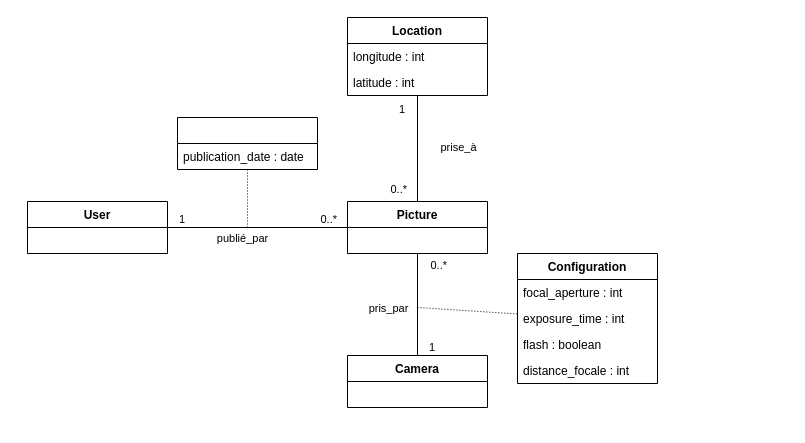
This is HMIN122M - Entrepôts de Données et Big-Data/Untitled Diagram.drawio from lamouchiambre/AIGLE-M1-S1, a draw.io file, before an edit. Source tidied: cells renumbered, new cells numbered last; positions are measured from the earlier drawing's top-left corner, leaving out a move shared by most shapes. Both pictures are drawn from the tidied source at 100%, with x=0, y=0 at pixel (27, 17).
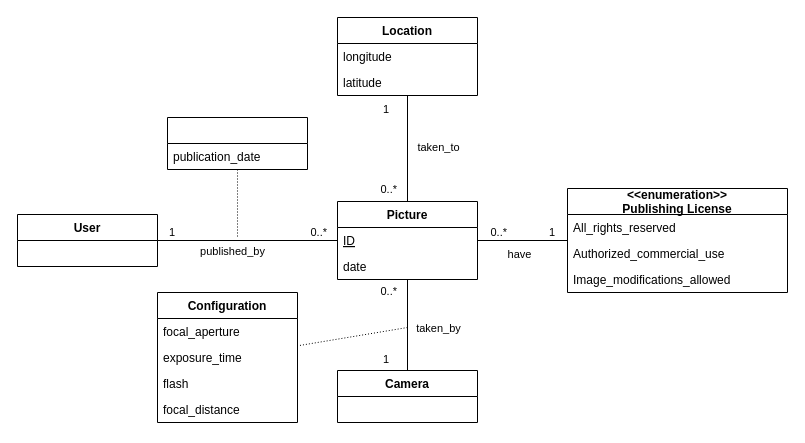
After the change.

Unchanged cells that the change refers to:
```xml
<mxCell id="2" style="endArrow=none;html=1;edgeStyle=orthogonalEdgeStyle;" parent="1" edge="1" source="20" target="13">
  <mxGeometry relative="1" as="geometry" />
</mxCell>
<mxCell id="8" style="endArrow=none;html=1;edgeStyle=orthogonalEdgeStyle;" parent="1" edge="1" source="14" target="13">
  <mxGeometry relative="1" as="geometry" />
</mxCell>
```

The edit, as a diff of the source:
```diff
@@
-    <mxCell id="5" value="publié_par" style="edgeLabel;html=1;align=center;verticalAlign=middle;" parent="2" vertex="1">
+    <mxCell id="5" value="published_by" style="edgeLabel;html=1;align=center;verticalAlign=middle;" parent="2" vertex="1">
       <mxGeometry x="-0.79" y="1" relative="1" as="geometry">
         <mxPoint x="55" y="11.4" as="offset" />
       </mxGeometry>
     </mxCell>
     <mxCell id="6" style="endArrow=none;html=1;rounded=0;dashed=1;dashPattern=1 2;" parent="1" edge="1" source="21">
       <mxGeometry relative="1" as="geometry">
-        <mxPoint x="220" y="210" as="targetPoint" />
+        <mxPoint x="210" y="220" as="targetPoint" />
       </mxGeometry>
     </mxCell>
@@
     <mxCell id="9" value="1" style="edgeLabel;html=1;align=left;verticalAlign=bottom;" parent="8" vertex="1">
       <mxGeometry x="-1" relative="1" as="geometry">
-        <mxPoint x="10" as="offset" />
+        <mxPoint x="-26" y="-3" as="offset" />
       </mxGeometry>
     </mxCell>
     <mxCell id="10" value="0..*" style="edgeLabel;html=1;align=right;verticalAlign=bottom;" parent="8" vertex="1">
       <mxGeometry x="1" relative="1" as="geometry">
-        <mxPoint x="30" y="20" as="offset" />
+        <mxPoint x="-10" y="20" as="offset" />
       </mxGeometry>
     </mxCell>
-    <mxCell id="11" value="pris_par" style="edgeLabel;html=1;align=center;verticalAlign=middle;" parent="8" vertex="1">
+    <mxCell id="11" value="taken_by" style="edgeLabel;html=1;align=center;verticalAlign=middle;" parent="8" vertex="1">
       <mxGeometry x="0.28" y="1" relative="1" as="geometry">
-        <mxPoint x="-29" y="17" as="offset" />
+        <mxPoint x="31" y="15" as="offset" />
       </mxGeometry>
     </mxCell>
     <mxCell id="12" style="endArrow=none;html=1;rounded=0;dashed=1;dashPattern=1 2;" parent="1" edge="1" target="15">
       <mxGeometry relative="1" as="geometry">
-        <mxPoint x="390" y="290" as="sourcePoint" />
+        <mxPoint x="380" y="310" as="sourcePoint" />
       </mxGeometry>
     </mxCell>
+    <mxCell id="26" style="endArrow=none;html=1;edgeStyle=orthogonalEdgeStyle;" parent="1" edge="1" source="23" target="13">
+      <mxGeometry relative="1" as="geometry" />
+    </mxCell>
+    <mxCell id="27" value="&lt;div&gt;1&lt;/div&gt;" style="edgeLabel;html=1;align=left;verticalAlign=bottom;" parent="26" vertex="1">
+      <mxGeometry x="-1" relative="1" as="geometry">
+        <mxPoint x="-26" y="22" as="offset" />
+      </mxGeometry>
+    </mxCell>
+    <mxCell id="28" value="0..*" style="edgeLabel;html=1;align=right;verticalAlign=bottom;" parent="26" vertex="1">
+      <mxGeometry x="1" relative="1" as="geometry">
+        <mxPoint x="-10" y="-3.8" as="offset" />
+      </mxGeometry>
+    </mxCell>
+    <mxCell id="29" value="taken_to" style="edgeLabel;html=1;align=center;verticalAlign=middle;" parent="26" vertex="1">
+      <mxGeometry x="-0.79" y="1" relative="1" as="geometry">
+        <mxPoint x="29" y="40.3" as="offset" />
+      </mxGeometry>
+    </mxCell>
+    <mxCell id="30" style="endArrow=none;html=1;edgeStyle=orthogonalEdgeStyle;" parent="1" edge="1" source="36" target="13">
+      <mxGeometry relative="1" as="geometry" />
+    </mxCell>
+    <mxCell id="31" value="&lt;div&gt;1&lt;/div&gt;" style="edgeLabel;html=1;align=left;verticalAlign=bottom;" parent="30" vertex="1">
+      <mxGeometry x="-1" relative="1" as="geometry">
+        <mxPoint x="-20" as="offset" />
+      </mxGeometry>
+    </mxCell>
+    <mxCell id="32" value="0..*" style="edgeLabel;html=1;align=right;verticalAlign=bottom;" parent="30" vertex="1">
+      <mxGeometry x="1" relative="1" as="geometry">
+        <mxPoint x="30" as="offset" />
+      </mxGeometry>
+    </mxCell>
+    <mxCell id="33" value="have" style="edgeLabel;html=1;align=center;verticalAlign=middle;" parent="30" vertex="1">
+      <mxGeometry x="-0.79" y="1" relative="1" as="geometry">
+        <mxPoint x="-40" y="12" as="offset" />
+      </mxGeometry>
+    </mxCell>
     <mxCell id="13" value="Picture" style="swimlane;fontStyle=1;horizontal=1;startSize=26;fillColor=none;" parent="1" vertex="1">
-      <mxGeometry x="320" y="184" width="140" height="52" as="geometry" />
+      <mxGeometry x="310" y="184" width="140" height="78" as="geometry" />
     </mxCell>
-    <mxCell id="14" value="Camera" style="swimlane;fontStyle=1;horizontal=1;startSize=26;fillColor=none;" parent="1" vertex="1">
-      <mxGeometry x="320" y="338" width="140" height="52" as="geometry" />
-    </mxCell>
+    <mxCell id="34" value="ID" style="text;strokeColor=none;fillColor=none;align=left;verticalAlign=top;spacingLeft=4;spacingRight=4;overflow=hidden;fontStyle=4;" parent="13" vertex="1">
+      <mxGeometry y="26" width="140" height="26" as="geometry" />
+    </mxCell>
+    <mxCell id="35" value="date" style="text;strokeColor=none;fillColor=none;align=left;verticalAlign=top;spacingLeft=4;spacingRight=4;overflow=hidden;" parent="13" vertex="1">
+      <mxGeometry y="52" width="140" height="26" as="geometry" />
+    </mxCell>
+    <mxCell id="21" style="swimlane;fontStyle=1;horizontal=1;startSize=26;fillColor=none;align=center;labelBackgroundColor=none;labelBorderColor=none;" parent="1" vertex="1">
+      <mxGeometry x="140" y="100" width="140" height="52" as="geometry" />
+    </mxCell>
+    <mxCell id="22" value="publication_date" style="text;strokeColor=none;fillColor=none;align=left;verticalAlign=top;spacingLeft=4;spacingRight=4;overflow=hidden;" parent="21" vertex="1">
+      <mxGeometry y="26" width="140" height="26" as="geometry" />
+    </mxCell>
+    <mxCell id="23" value="Location" style="swimlane;fontStyle=1;horizontal=1;startSize=26;fillColor=none;" parent="1" vertex="1">
+      <mxGeometry x="310" width="140" height="78" as="geometry" />
+    </mxCell>
+    <mxCell id="24" value="longitude" style="text;strokeColor=none;fillColor=none;align=left;verticalAlign=top;spacingLeft=4;spacingRight=4;overflow=hidden;" parent="23" vertex="1">
+      <mxGeometry y="26" width="140" height="26" as="geometry" />
+    </mxCell>
+    <mxCell id="25" value="latitude" style="text;strokeColor=none;fillColor=none;align=left;verticalAlign=top;spacingLeft=4;spacingRight=4;overflow=hidden;" parent="23" vertex="1">
+      <mxGeometry y="52" width="140" height="26" as="geometry" />
+    </mxCell>
+    <mxCell id="20" value="User" style="swimlane;fontStyle=1;horizontal=1;startSize=26;fillColor=none;" parent="1" vertex="1">
+      <mxGeometry x="-10" y="197" width="140" height="52" as="geometry" />
+    </mxCell>
     <mxCell id="15" value="Configuration" style="swimlane;fontStyle=1;horizontal=1;startSize=26;fillColor=none;" parent="1" vertex="1">
-      <mxGeometry x="490" y="236" width="140" height="130" as="geometry" />
+      <mxGeometry x="130" y="275" width="140" height="130" as="geometry" />
     </mxCell>
-    <mxCell id="16" value="focal_aperture : int" style="text;strokeColor=none;fillColor=none;align=left;verticalAlign=top;spacingLeft=4;spacingRight=4;overflow=hidden;" parent="15" vertex="1">
+    <mxCell id="16" value="focal_aperture" style="text;strokeColor=none;fillColor=none;align=left;verticalAlign=top;spacingLeft=4;spacingRight=4;overflow=hidden;" parent="15" vertex="1">
       <mxGeometry y="26" width="140" height="26" as="geometry" />
     </mxCell>
-    <mxCell id="17" value="exposure_time : int" style="text;strokeColor=none;fillColor=none;align=left;verticalAlign=top;spacingLeft=4;spacingRight=4;overflow=hidden;" parent="15" vertex="1">
+    <mxCell id="17" value="exposure_time" style="text;strokeColor=none;fillColor=none;align=left;verticalAlign=top;spacingLeft=4;spacingRight=4;overflow=hidden;" parent="15" vertex="1">
       <mxGeometry y="52" width="140" height="26" as="geometry" />
     </mxCell>
-    <mxCell id="18" value="flash : boolean" style="text;strokeColor=none;fillColor=none;align=left;verticalAlign=top;spacingLeft=4;spacingRight=4;overflow=hidden;" parent="15" vertex="1">
+    <mxCell id="18" value="flash" style="text;strokeColor=none;fillColor=none;align=left;verticalAlign=top;spacingLeft=4;spacingRight=4;overflow=hidden;" parent="15" vertex="1">
       <mxGeometry y="78" width="140" height="26" as="geometry" />
     </mxCell>
-    <mxCell id="19" value="distance_focale : int" style="text;strokeColor=none;fillColor=none;align=left;verticalAlign=top;spacingLeft=4;spacingRight=4;overflow=hidden;" parent="15" vertex="1">
+    <mxCell id="19" value="focal_distance" style="text;strokeColor=none;fillColor=none;align=left;verticalAlign=top;spacingLeft=4;spacingRight=4;overflow=hidden;" parent="15" vertex="1">
       <mxGeometry y="104" width="140" height="26" as="geometry" />
     </mxCell>
-    <mxCell id="20" value="User" style="swimlane;fontStyle=1;horizontal=1;startSize=26;fillColor=none;" parent="1" vertex="1">
-      <mxGeometry y="184" width="140" height="52" as="geometry" />
-    </mxCell>
-    <mxCell id="21" style="swimlane;fontStyle=1;horizontal=1;startSize=26;fillColor=none;align=center;" parent="1" vertex="1">
-      <mxGeometry x="150" y="100" width="140" height="52" as="geometry" />
-    </mxCell>
-    <mxCell id="22" value="publication_date : date" style="text;strokeColor=none;fillColor=none;align=left;verticalAlign=top;spacingLeft=4;spacingRight=4;overflow=hidden;" parent="21" vertex="1">
-      <mxGeometry y="26" width="140" height="26" as="geometry" />
-    </mxCell>
-    <mxCell id="23" value="Location" style="swimlane;fontStyle=1;horizontal=1;startSize=26;fillColor=none;" parent="1" vertex="1">
-      <mxGeometry x="320" width="140" height="78" as="geometry" />
-    </mxCell>
-    <mxCell id="24" value="longitude : int" style="text;strokeColor=none;fillColor=none;align=left;verticalAlign=top;spacingLeft=4;spacingRight=4;overflow=hidden;" parent="23" vertex="1">
-      <mxGeometry y="26" width="140" height="26" as="geometry" />
-    </mxCell>
-    <mxCell id="25" value="latitude : int" style="text;strokeColor=none;fillColor=none;align=left;verticalAlign=top;spacingLeft=4;spacingRight=4;overflow=hidden;" parent="23" vertex="1">
-      <mxGeometry y="52" width="140" height="26" as="geometry" />
-    </mxCell>
-    <mxCell id="26" style="endArrow=none;html=1;edgeStyle=orthogonalEdgeStyle;" parent="1" edge="1" source="23" target="13">
-      <mxGeometry relative="1" as="geometry" />
-    </mxCell>
-    <mxCell id="27" value="&lt;div&gt;1&lt;/div&gt;" style="edgeLabel;html=1;align=left;verticalAlign=bottom;" parent="26" vertex="1">
-      <mxGeometry x="-1" relative="1" as="geometry">
-        <mxPoint x="-20" y="22" as="offset" />
-      </mxGeometry>
-    </mxCell>
-    <mxCell id="28" value="0..*" style="edgeLabel;html=1;align=right;verticalAlign=bottom;" parent="26" vertex="1">
-      <mxGeometry x="1" relative="1" as="geometry">
-        <mxPoint x="-10" y="-3.8" as="offset" />
-      </mxGeometry>
-    </mxCell>
-    <mxCell id="29" value="prise_à" style="edgeLabel;html=1;align=center;verticalAlign=middle;" parent="26" vertex="1">
-      <mxGeometry x="-0.79" y="1" relative="1" as="geometry">
-        <mxPoint x="39" y="40.3" as="offset" />
-      </mxGeometry>
-    </mxCell>
+    <mxCell id="14" value="Camera" style="swimlane;fontStyle=1;horizontal=1;startSize=26;fillColor=none;" parent="1" vertex="1">
+      <mxGeometry x="310" y="353" width="140" height="52" as="geometry" />
+    </mxCell>
+    <mxCell id="36" value="&lt;&lt;enumeration&gt;&gt;&#10;Publishing License" style="swimlane;fontStyle=1;horizontal=1;startSize=26;fillColor=none;" parent="1" vertex="1">
+      <mxGeometry x="540" y="171" width="220" height="104" as="geometry" />
+    </mxCell>
+    <mxCell id="37" value="All_rights_reserved" style="text;strokeColor=none;fillColor=none;align=left;verticalAlign=top;spacingLeft=4;spacingRight=4;overflow=hidden;" parent="36" vertex="1">
+      <mxGeometry y="26" width="220" height="26" as="geometry" />
+    </mxCell>
+    <mxCell id="38" value="Authorized_commercial_use" style="text;strokeColor=none;fillColor=none;align=left;verticalAlign=top;spacingLeft=4;spacingRight=4;overflow=hidden;" parent="36" vertex="1">
+      <mxGeometry y="52" width="220" height="26" as="geometry" />
+    </mxCell>
+    <mxCell id="39" value="Image_modifications_allowed" style="text;strokeColor=none;fillColor=none;align=left;verticalAlign=top;spacingLeft=4;spacingRight=4;overflow=hidden;" parent="36" vertex="1">
+      <mxGeometry y="78" width="220" height="26" as="geometry" />
+    </mxCell>
```
